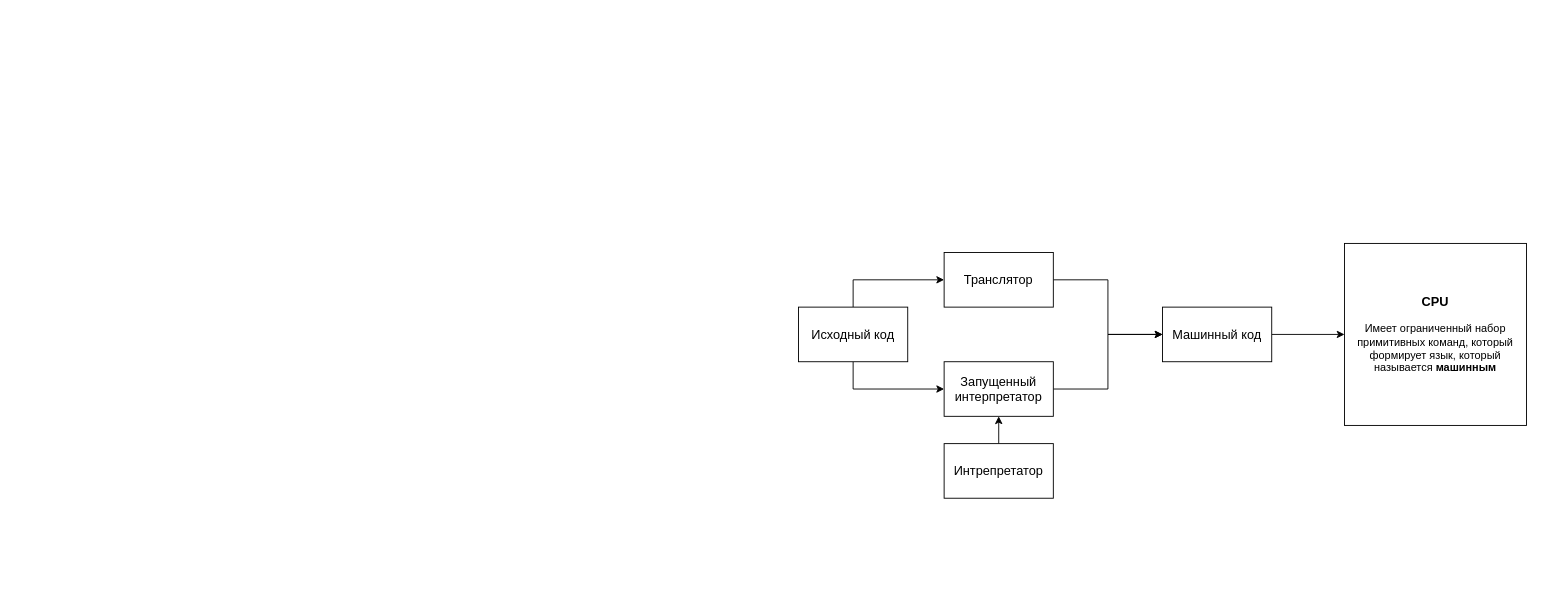
adorozhko/Tanenbaum keeps this draw.io diagram as Tanenbaum.drawio. Above is the earlier version. Source tidied: cells renumbered, new cells numbered last; positions are measured from the earlier drawing's top-left corner, leaving out a move shared by most shapes. Both pictures are drawn from the tidied source at 91%, with x=0, y=0 at pixel (798, 243).
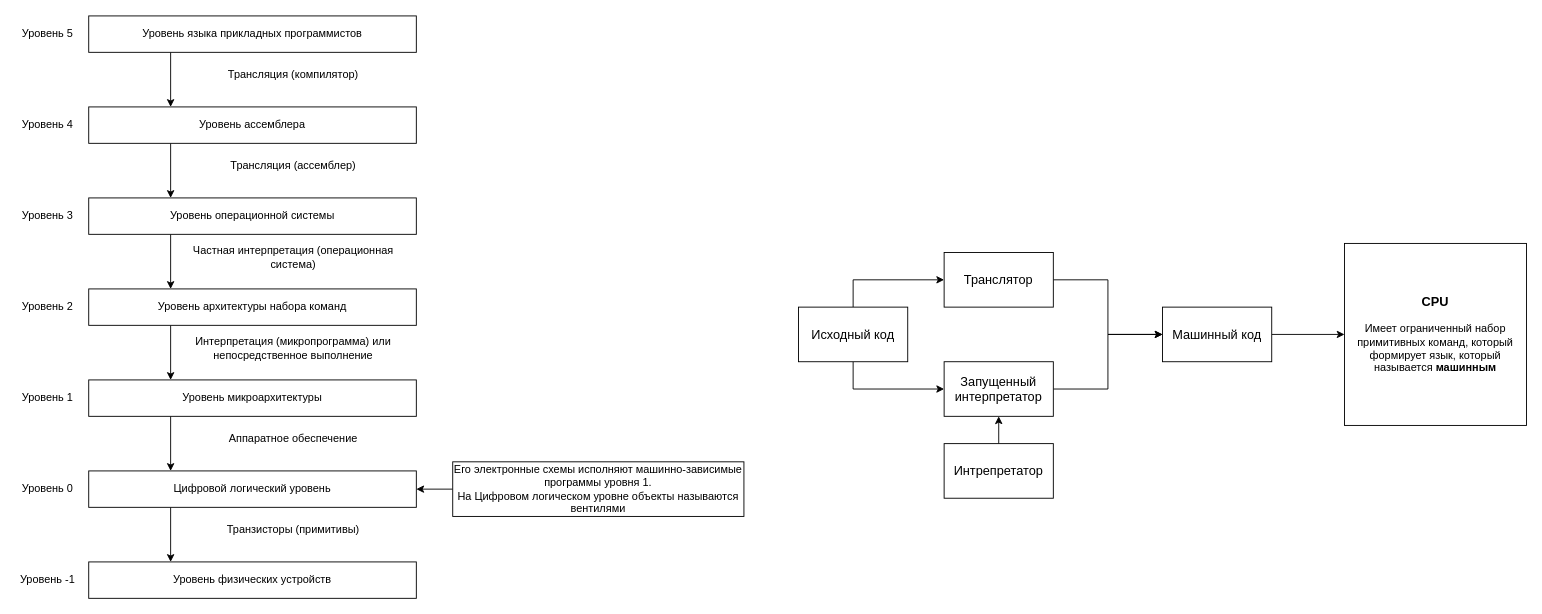
Above is the later version.

The edit, as a diff of the source:
```diff
@@
+    <mxCell id="14" style="edgeStyle=orthogonalEdgeStyle;rounded=0;jettySize=auto;html=1;exitX=0.25;exitY=1;exitDx=0;exitDy=0;entryX=0.25;entryY=0;entryDx=0;entryDy=0;" parent="1" edge="1" source="15" target="19">
+      <mxGeometry relative="1" as="geometry" />
+    </mxCell>
+    <mxCell id="15" value="Уровень языка прикладных программистов" style="rounded=0;whiteSpace=wrap;html=1;" parent="1" vertex="1">
+      <mxGeometry x="-780" y="-250" width="360" height="40" as="geometry" />
+    </mxCell>
+    <mxCell id="16" value="Уровень 5" style="text;html=1;strokeColor=none;fillColor=none;align=center;verticalAlign=middle;whiteSpace=wrap;rounded=0;" parent="1" vertex="1">
+      <mxGeometry x="-860" y="-245" width="70" height="30" as="geometry" />
+    </mxCell>
+    <mxCell id="17" value="Трансляция (компилятор)" style="text;html=1;strokeColor=none;fillColor=none;align=center;verticalAlign=middle;whiteSpace=wrap;rounded=0;" parent="1" vertex="1">
+      <mxGeometry x="-690" y="-200" width="270" height="30" as="geometry" />
+    </mxCell>
+    <mxCell id="18" style="edgeStyle=orthogonalEdgeStyle;rounded=0;jettySize=auto;html=1;exitX=0.25;exitY=1;exitDx=0;exitDy=0;entryX=0.25;entryY=0;entryDx=0;entryDy=0;" parent="1" edge="1" source="19" target="23">
+      <mxGeometry relative="1" as="geometry" />
+    </mxCell>
+    <mxCell id="19" value="Уровень ассемблера" style="rounded=0;whiteSpace=wrap;html=1;" parent="1" vertex="1">
+      <mxGeometry x="-780" y="-150" width="360" height="40" as="geometry" />
+    </mxCell>
+    <mxCell id="20" value="Уровень 4" style="text;html=1;strokeColor=none;fillColor=none;align=center;verticalAlign=middle;whiteSpace=wrap;rounded=0;" parent="1" vertex="1">
+      <mxGeometry x="-860" y="-145" width="70" height="30" as="geometry" />
+    </mxCell>
+    <mxCell id="21" value="Трансляция (ассемблер)" style="text;html=1;strokeColor=none;fillColor=none;align=center;verticalAlign=middle;whiteSpace=wrap;rounded=0;" parent="1" vertex="1">
+      <mxGeometry x="-690" y="-100" width="270" height="30" as="geometry" />
+    </mxCell>
+    <mxCell id="22" style="edgeStyle=orthogonalEdgeStyle;rounded=0;jettySize=auto;html=1;exitX=0.25;exitY=1;exitDx=0;exitDy=0;entryX=0.25;entryY=0;entryDx=0;entryDy=0;" parent="1" edge="1" source="23" target="27">
+      <mxGeometry relative="1" as="geometry" />
+    </mxCell>
+    <mxCell id="23" value="Уровень операционной системы" style="rounded=0;whiteSpace=wrap;html=1;" parent="1" vertex="1">
+      <mxGeometry x="-780" y="-50" width="360" height="40" as="geometry" />
+    </mxCell>
+    <mxCell id="24" value="Уровень 3" style="text;html=1;strokeColor=none;fillColor=none;align=center;verticalAlign=middle;whiteSpace=wrap;rounded=0;" parent="1" vertex="1">
+      <mxGeometry x="-860" y="-45" width="70" height="30" as="geometry" />
+    </mxCell>
+    <mxCell id="25" value="Частная интерпретация (операционная система)" style="text;html=1;strokeColor=none;fillColor=none;align=center;verticalAlign=middle;whiteSpace=wrap;rounded=0;" parent="1" vertex="1">
+      <mxGeometry x="-690" width="270" height="30" as="geometry" />
+    </mxCell>
+    <mxCell id="26" style="edgeStyle=orthogonalEdgeStyle;rounded=0;jettySize=auto;html=1;exitX=0.25;exitY=1;exitDx=0;exitDy=0;entryX=0.25;entryY=0;entryDx=0;entryDy=0;" parent="1" edge="1" source="27" target="31">
+      <mxGeometry relative="1" as="geometry" />
+    </mxCell>
+    <mxCell id="27" value="Уровень архитектуры набора команд" style="rounded=0;whiteSpace=wrap;html=1;" parent="1" vertex="1">
+      <mxGeometry x="-780" y="50" width="360" height="40" as="geometry" />
+    </mxCell>
+    <mxCell id="28" value="Уровень 2" style="text;html=1;strokeColor=none;fillColor=none;align=center;verticalAlign=middle;whiteSpace=wrap;rounded=0;" parent="1" vertex="1">
+      <mxGeometry x="-860" y="55" width="70" height="30" as="geometry" />
+    </mxCell>
+    <mxCell id="29" value="Интерпретация (микропрограмма) или непосредственное выполнение" style="text;html=1;strokeColor=none;fillColor=none;align=center;verticalAlign=middle;whiteSpace=wrap;rounded=0;" parent="1" vertex="1">
+      <mxGeometry x="-690" y="100" width="270" height="30" as="geometry" />
+    </mxCell>
+    <mxCell id="30" style="edgeStyle=orthogonalEdgeStyle;rounded=0;jettySize=auto;html=1;exitX=0.25;exitY=1;exitDx=0;exitDy=0;entryX=0.25;entryY=0;entryDx=0;entryDy=0;" parent="1" edge="1" source="31" target="35">
+      <mxGeometry relative="1" as="geometry" />
+    </mxCell>
+    <mxCell id="31" value="Уровень микроархитектуры" style="rounded=0;whiteSpace=wrap;html=1;" parent="1" vertex="1">
+      <mxGeometry x="-780" y="150" width="360" height="40" as="geometry" />
+    </mxCell>
+    <mxCell id="32" value="Уровень 1" style="text;html=1;strokeColor=none;fillColor=none;align=center;verticalAlign=middle;whiteSpace=wrap;rounded=0;" parent="1" vertex="1">
+      <mxGeometry x="-860" y="155" width="70" height="30" as="geometry" />
+    </mxCell>
+    <mxCell id="33" value="Аппаратное обеспечение" style="text;html=1;strokeColor=none;fillColor=none;align=center;verticalAlign=middle;whiteSpace=wrap;rounded=0;" parent="1" vertex="1">
+      <mxGeometry x="-690" y="200" width="270" height="30" as="geometry" />
+    </mxCell>
+    <mxCell id="34" style="edgeStyle=orthogonalEdgeStyle;rounded=0;jettySize=auto;html=1;exitX=0.25;exitY=1;exitDx=0;exitDy=0;entryX=0.25;entryY=0;entryDx=0;entryDy=0;" parent="1" edge="1" source="35" target="37">
+      <mxGeometry relative="1" as="geometry" />
+    </mxCell>
+    <mxCell id="35" value="Цифровой логический уровень" style="rounded=0;whiteSpace=wrap;html=1;" parent="1" vertex="1">
+      <mxGeometry x="-780" y="250" width="360" height="40" as="geometry" />
+    </mxCell>
+    <mxCell id="36" value="Уровень 0" style="text;html=1;strokeColor=none;fillColor=none;align=center;verticalAlign=middle;whiteSpace=wrap;rounded=0;" parent="1" vertex="1">
+      <mxGeometry x="-860" y="255" width="70" height="30" as="geometry" />
+    </mxCell>
+    <mxCell id="37" value="Уровень физических устройств" style="rounded=0;whiteSpace=wrap;html=1;" parent="1" vertex="1">
+      <mxGeometry x="-780" y="350" width="360" height="40" as="geometry" />
+    </mxCell>
+    <mxCell id="38" value="Уровень -1" style="text;html=1;strokeColor=none;fillColor=none;align=center;verticalAlign=middle;whiteSpace=wrap;rounded=0;" parent="1" vertex="1">
+      <mxGeometry x="-860" y="355" width="70" height="30" as="geometry" />
+    </mxCell>
+    <mxCell id="39" style="edgeStyle=orthogonalEdgeStyle;rounded=0;jettySize=auto;html=1;exitX=0;exitY=0.5;exitDx=0;exitDy=0;entryX=1;entryY=0.5;entryDx=0;entryDy=0;" parent="1" edge="1" source="40" target="35">
+      <mxGeometry relative="1" as="geometry" />
+    </mxCell>
+    <mxCell id="40" value="Его электронные схемы исполняют машинно-зависимые программы уровня 1.&lt;br&gt;На Цифровом логическом уровне объекты называются вентилями" style="rounded=0;whiteSpace=wrap;html=1;" parent="1" vertex="1">
+      <mxGeometry x="-380" y="240" width="320" height="60" as="geometry" />
+    </mxCell>
+    <mxCell id="41" value="Транзисторы (примитивы)" style="text;html=1;strokeColor=none;fillColor=none;align=center;verticalAlign=middle;whiteSpace=wrap;rounded=0;" parent="1" vertex="1">
+      <mxGeometry x="-690" y="300" width="270" height="30" as="geometry" />
+    </mxCell>
```
